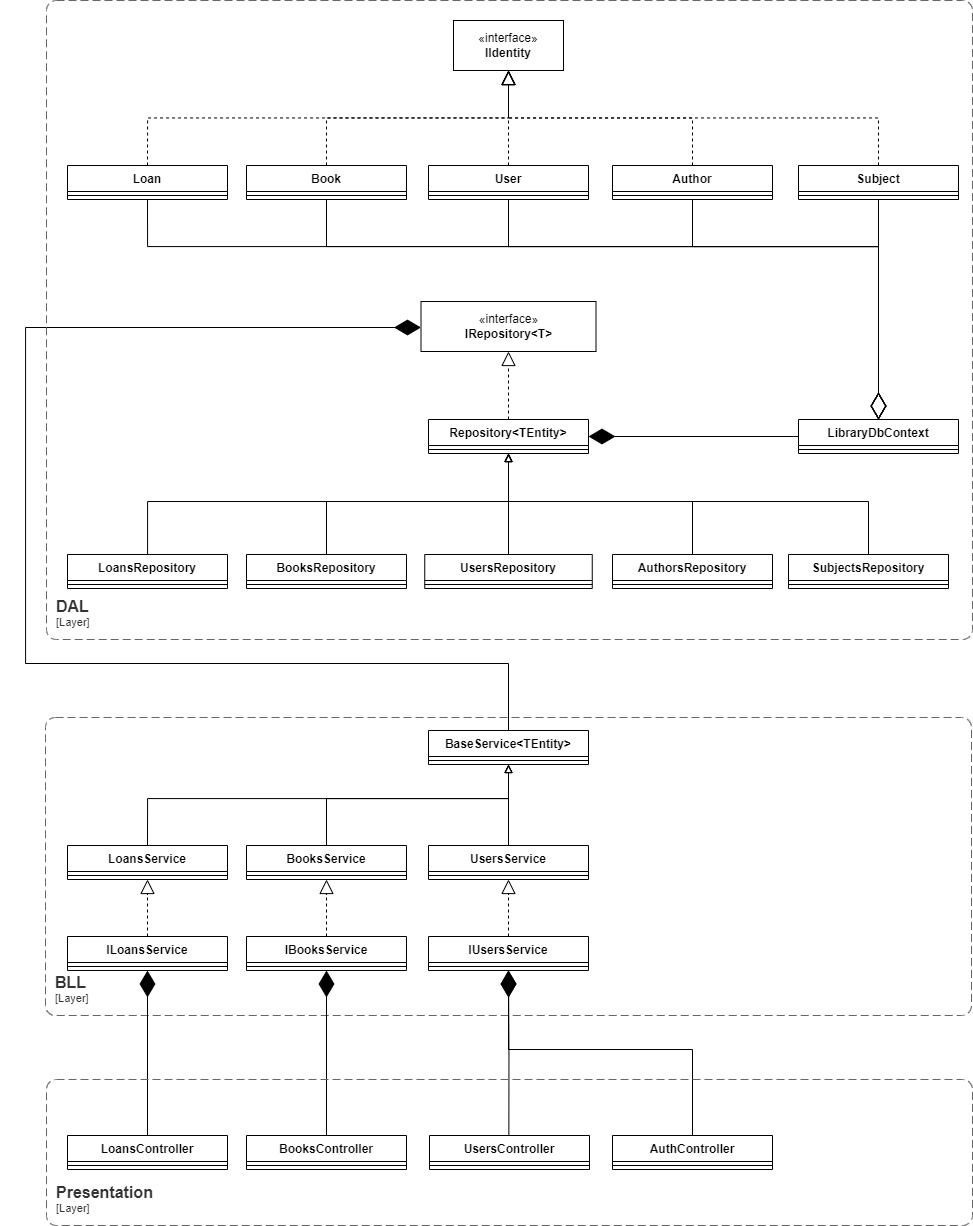
demianchuk-o/WebNetLab3-4 keeps this draw.io diagram as docs/C4Diagram-Code.drawio.png. Above is the earlier version. Source tidied: cells renumbered, new cells last; positions are measured from the earlier drawing's top-left corner, leaving out a move shared by most shapes.
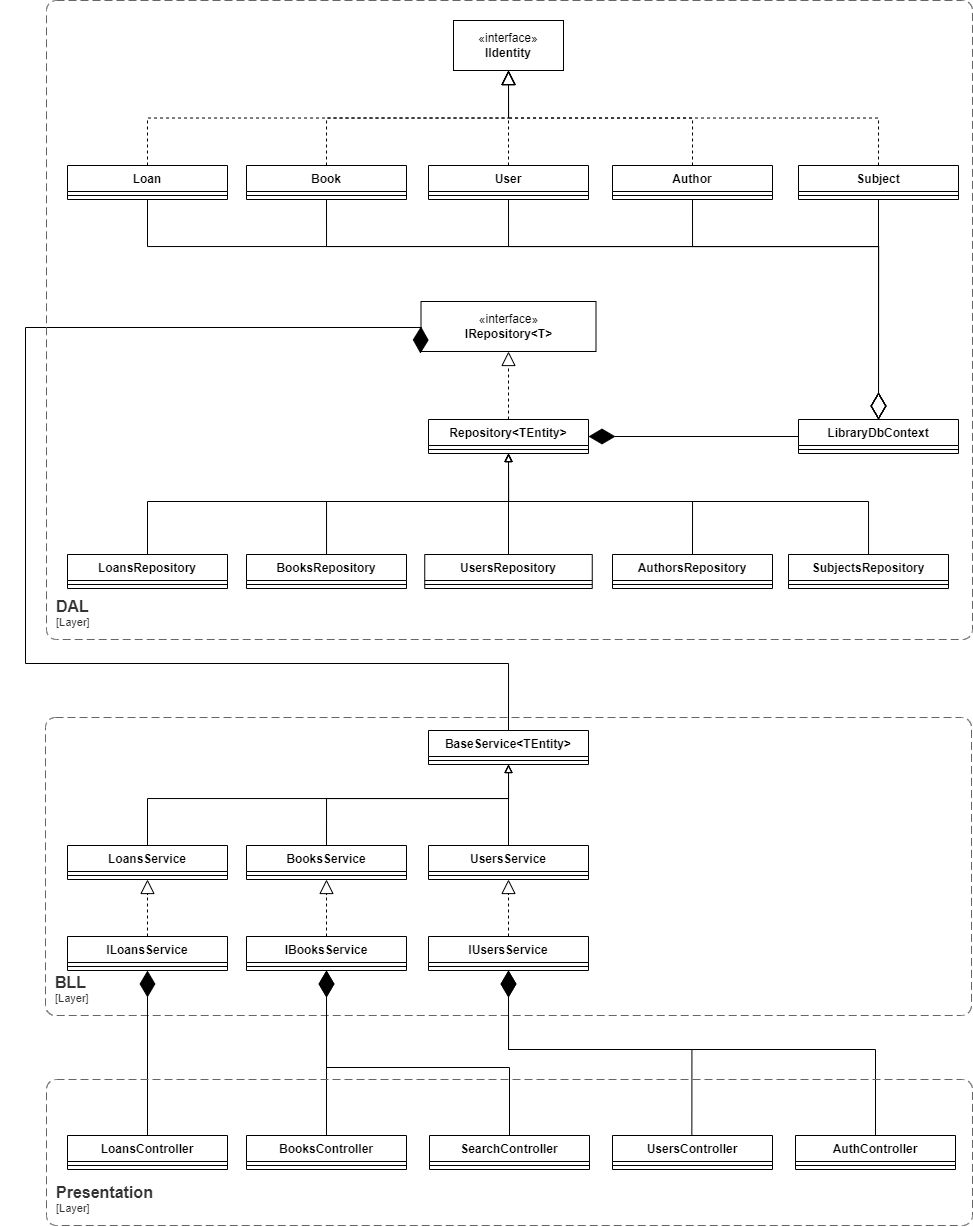
Later version of the same file.

Commit message:
Added SearchController to the Code diagram

Diff of the diagram source:
```diff
@@ -269,13 +269,13 @@
       <mxGeometry y="26" width="160" height="8" as="geometry" />
     </mxCell>
     <mxCell id="71" value="UsersController" style="swimlane;fontStyle=1;align=center;verticalAlign=top;horizontal=1;startSize=26;whiteSpace=wrap;html=1;" parent="1" vertex="1">
-      <mxGeometry x="404" y="1135" width="160" height="34" as="geometry" />
+      <mxGeometry x="587" y="1135" width="160" height="34" as="geometry" />
     </mxCell>
     <mxCell id="72" style="line;strokeWidth=1;fillColor=none;align=left;verticalAlign=middle;spacingTop=-1;spacingLeft=3;spacingRight=3;labelPosition=right;strokeColor=inherit;" parent="71" vertex="1">
       <mxGeometry y="26" width="160" height="8" as="geometry" />
     </mxCell>
     <mxCell id="73" value="AuthController" style="swimlane;fontStyle=1;align=center;verticalAlign=top;horizontal=1;startSize=26;whiteSpace=wrap;html=1;" parent="1" vertex="1">
-      <mxGeometry x="587" y="1135" width="160" height="34" as="geometry" />
+      <mxGeometry x="770" y="1135" width="160" height="34" as="geometry" />
     </mxCell>
     <mxCell id="74" style="line;strokeWidth=1;fillColor=none;align=left;verticalAlign=middle;spacingTop=-1;spacingLeft=3;spacingRight=3;labelPosition=right;strokeColor=inherit;" parent="73" vertex="1">
       <mxGeometry y="26" width="160" height="8" as="geometry" />
@@ -287,12 +287,17 @@
       <mxGeometry relative="1" as="geometry" />
     </mxCell>
     <mxCell id="77" style="endArrow=diamondThin;endFill=1;endSize=24;html=1;rounded=0;exitX=0.496;exitY=-0.003;exitDx=0;exitDy=0;entryX=0.5;entryY=1;entryDx=0;entryDy=0;edgeStyle=orthogonalEdgeStyle;exitPerimeter=0;" parent="1" edge="1" source="71" target="61">
-      <mxGeometry relative="1" as="geometry" />
+      <mxGeometry relative="1" as="geometry">
+        <Array as="points">
+          <mxPoint x="666" y="1049" />
+          <mxPoint x="483" y="1049" />
+        </Array>
+      </mxGeometry>
     </mxCell>
     <mxCell id="78" style="endArrow=diamondThin;endFill=1;endSize=24;html=1;rounded=0;exitX=0.5;exitY=0;exitDx=0;exitDy=0;entryX=0.5;entryY=1;entryDx=0;entryDy=0;edgeStyle=orthogonalEdgeStyle;" parent="1" edge="1" source="73" target="61">
       <mxGeometry relative="1" as="geometry">
         <Array as="points">
-          <mxPoint x="667" y="1049" />
+          <mxPoint x="850" y="1049" />
           <mxPoint x="483" y="1049" />
         </Array>
       </mxGeometry>
@@ -307,5 +312,21 @@
         <mxGeometry x="21" width="926" height="639" as="geometry" />
       </mxCell>
     </object>
+    <mxCell id="81" value="SearchController" style="swimlane;fontStyle=1;align=center;verticalAlign=top;horizontal=1;startSize=26;whiteSpace=wrap;html=1;" parent="1" vertex="1">
+      <mxGeometry x="404" y="1135" width="160" height="34" as="geometry" />
+    </mxCell>
+    <mxCell id="82" style="line;strokeWidth=1;fillColor=none;align=left;verticalAlign=middle;spacingTop=-1;spacingLeft=3;spacingRight=3;labelPosition=right;strokeColor=inherit;" parent="81" vertex="1">
+      <mxGeometry y="26" width="160" height="8" as="geometry" />
+    </mxCell>
+    <mxCell id="83" style="endArrow=diamondThin;endFill=1;endSize=24;html=1;rounded=0;exitX=0.496;exitY=-0.003;exitDx=0;exitDy=0;entryX=0.5;entryY=1;entryDx=0;entryDy=0;edgeStyle=orthogonalEdgeStyle;exitPerimeter=0;" parent="1" edge="1">
+      <mxGeometry relative="1" as="geometry">
+        <mxPoint x="484" y="1135" as="sourcePoint" />
+        <mxPoint x="301" y="970" as="targetPoint" />
+        <Array as="points">
+          <mxPoint x="484" y="1067" />
+          <mxPoint x="301" y="1067" />
+        </Array>
+      </mxGeometry>
+    </mxCell>
   </root>
 </mxGraphModel>
```
